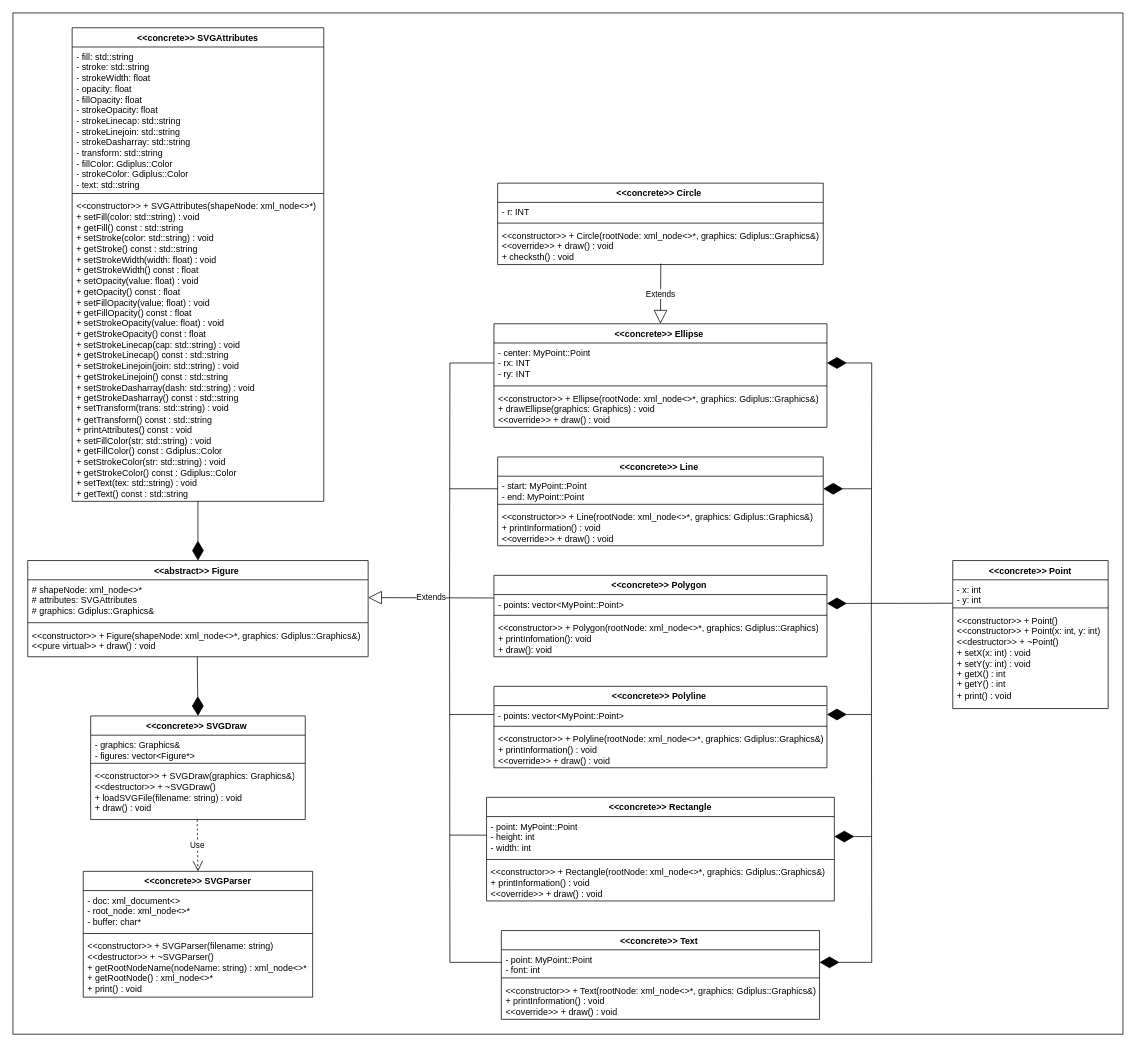
This is OOP_Project.drawio from lazymingg/SVGReader, a draw.io file, before an edit. Source tidied: cells renumbered, new cells numbered last; positions are measured from the earlier drawing's top-left corner, leaving out a move shared by most shapes. Both pictures are drawn from the tidied source at 74%, with x=0, y=0 at pixel (13, 13).
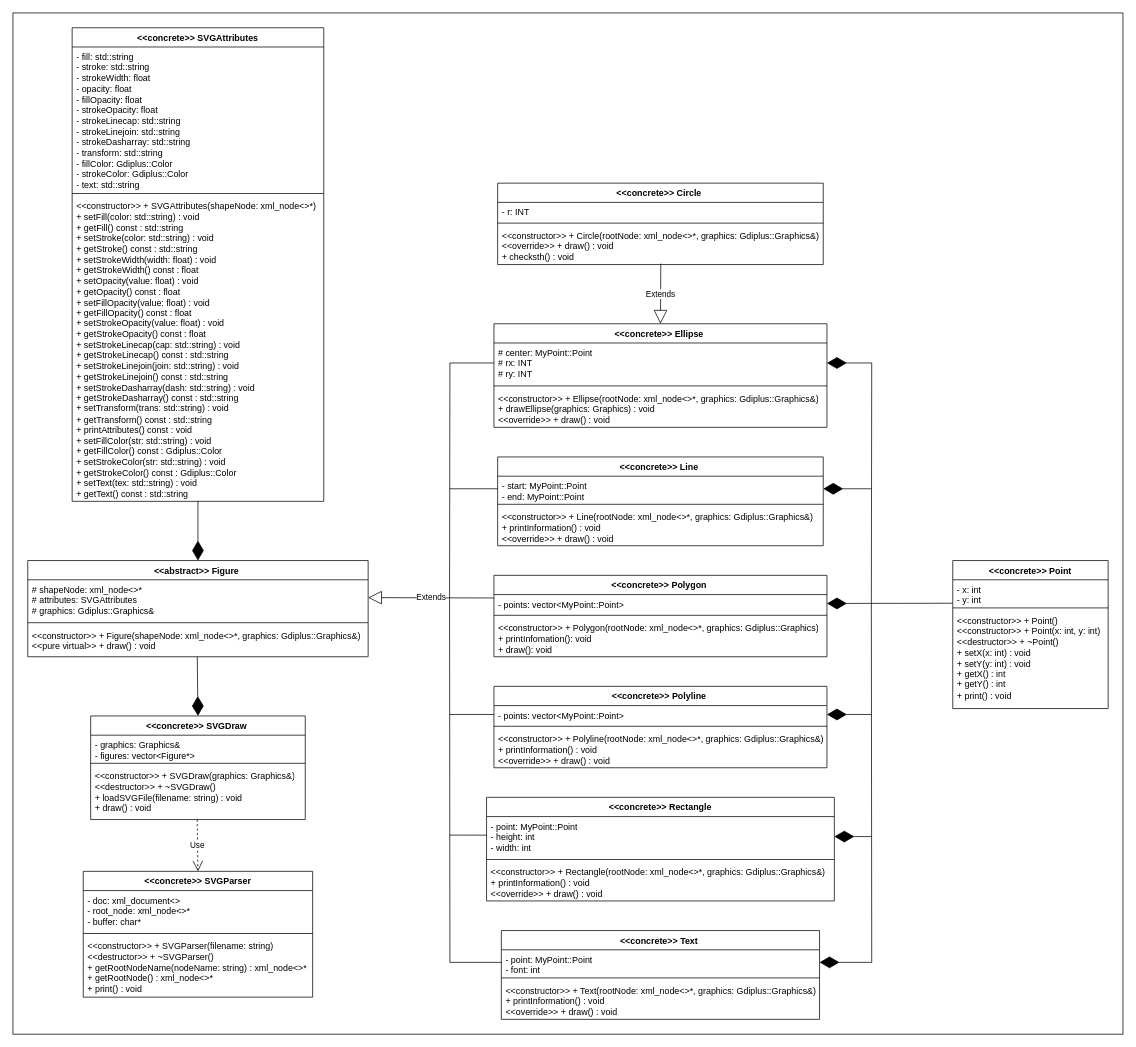
Above is the later version.

Commit message (it also covers changes not shown here):
modifed: class diagram: ellipse: private to protected

The change refers to these unchanged cells:
```xml
<mxCell id="35" value="&amp;lt;&lt;span class=&quot;xml&quot;&gt;&amp;lt;&lt;span class=&quot;hljs-name&quot;&gt;concrete&lt;/span&gt;&amp;gt;&lt;/span&gt;&amp;gt;       Ellipse&amp;nbsp;" style="swimlane;fontStyle=1;align=center;verticalAlign=top;horizontal=1;startSize=26;whiteSpace=wrap;html=1;" parent="1" vertex="1">
  <mxGeometry x="650" y="420" width="450" height="140" as="geometry" />
</mxCell>
```

What changed in the source:
```diff
@@
-    <mxCell id="36" value="&lt;span class=&quot;hljs-bullet&quot;&gt;-&lt;/span&gt; center: MyPoint::Point&lt;br/&gt;&lt;span class=&quot;hljs-bullet&quot;&gt;-&lt;/span&gt; rx: INT&lt;br/&gt;&lt;span class=&quot;hljs-section&quot;&gt;- ry: INT&lt;/span&gt;" style="text;strokeColor=none;fillColor=none;align=left;verticalAlign=top;spacingLeft=4;spacingRight=4;overflow=hidden;points=[[0,0.5],[1,0.5]];portConstraint=eastwest;whiteSpace=wrap;html=1;" parent="35" vertex="1">
+    <mxCell id="36" value="# center: MyPoint::Point&lt;br&gt;# rx: INT&lt;br&gt;&lt;span class=&quot;hljs-section&quot;&gt;# ry: INT&lt;/span&gt;" style="text;strokeColor=none;fillColor=none;align=left;verticalAlign=top;spacingLeft=4;spacingRight=4;overflow=hidden;points=[[0,0.5],[1,0.5]];portConstraint=eastwest;whiteSpace=wrap;html=1;" parent="35" vertex="1">
       <mxGeometry y="26" width="450" height="54" as="geometry" />
     </mxCell>
```
